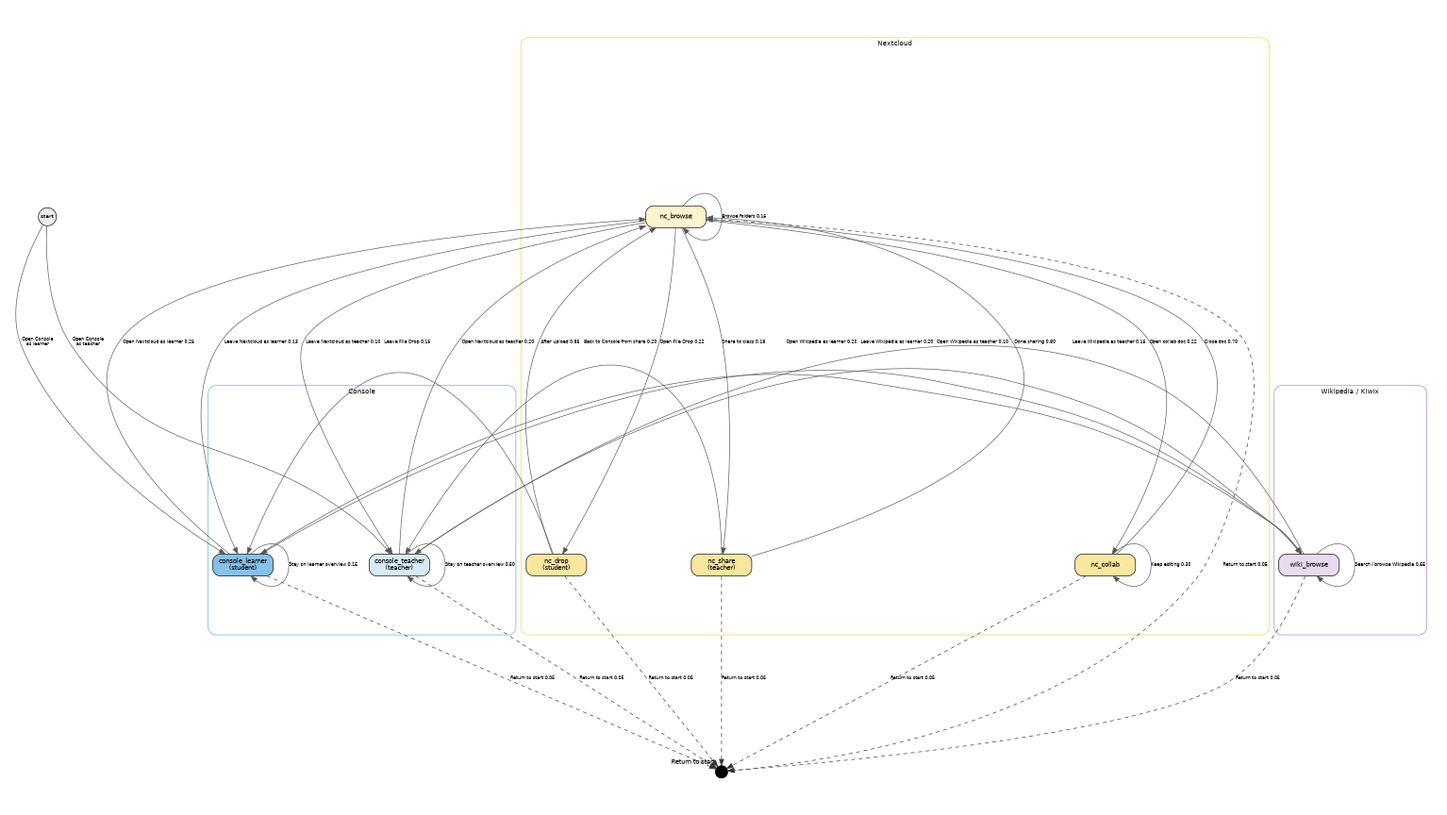
koenswings/agent-engine-dev keeps this Graphviz diagram as proposals/duration-tests-usage-files.png. Above is the earlier version. Its source is kept beside it as proposals/duration-tests-usage-files.dot.
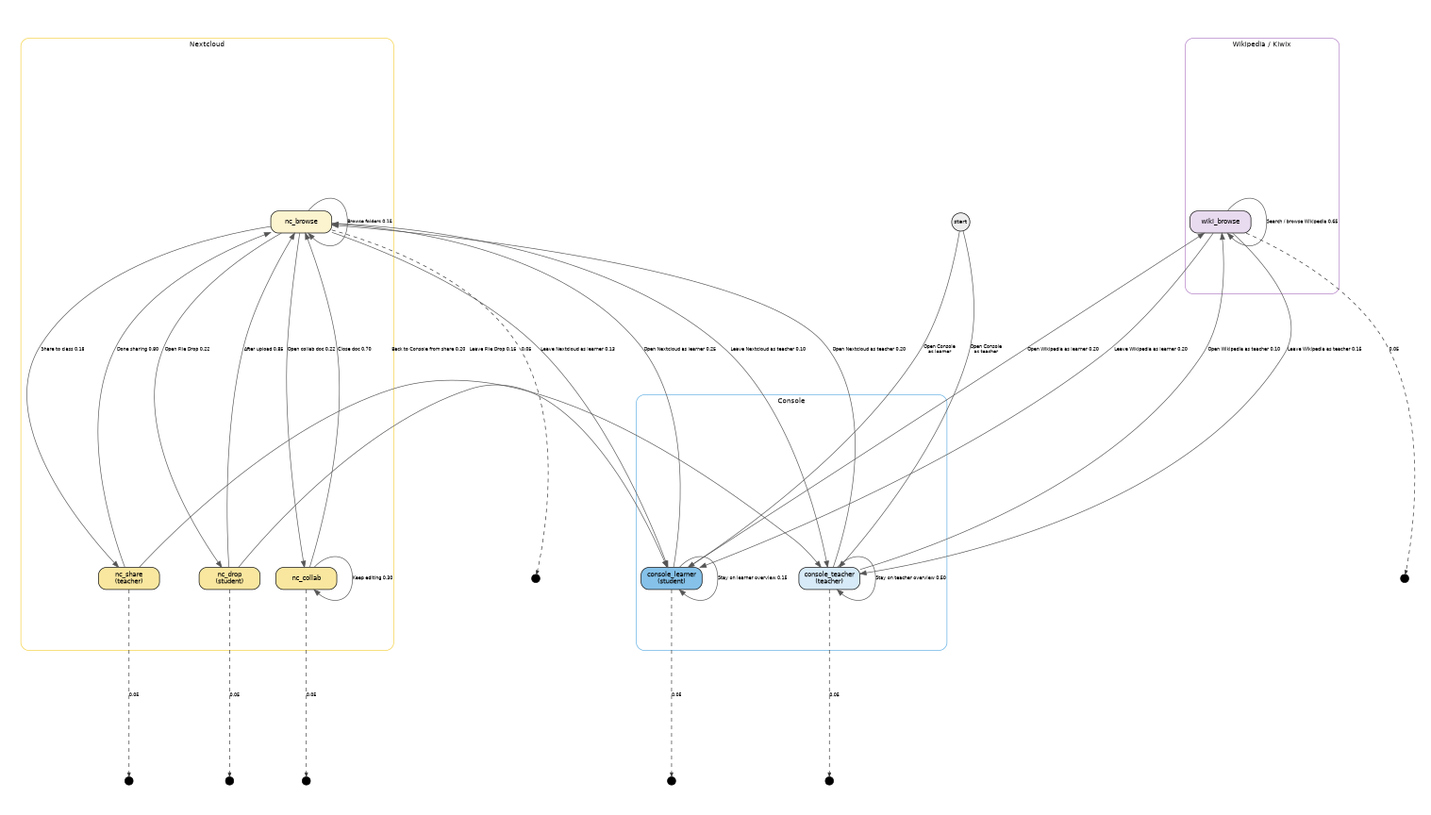
After the commit.

What changed in the source:
```diff
@@ -13,9 +13,7 @@
   edge [fontname="Helvetica", fontsize=7, color="#555555"];
 
   start [label="start", shape=circle, width=0.40, height=0.40, fixedsize=true, fillcolor="#eeeeee", style=filled, fontsize=9];
-  start_return [label="", shape=circle, width=0.28, height=0.28, fixedsize=true, fillcolor="black", style=filled, color="black", xlabel="Return to start"];
-
-  subgraph cluster_console {
+subgraph cluster_console {
     label="Console";
     fontsize=11;
     style=rounded;
@@ -74,11 +72,18 @@
   wiki_browse -> console_learner  [label="Leave Wikipedia as learner 0.20"];
   wiki_browse -> console_teacher  [label="Leave Wikipedia as teacher 0.15"];
 
-  console_teacher -> start_return [label="Return to start 0.05", style=dashed, color="#333333"];
-  console_learner -> start_return [label="Return to start 0.05", style=dashed, color="#333333"];
-  nc_browse -> start_return [label="Return to start 0.05", style=dashed, color="#333333"];
-  nc_share -> start_return [label="Return to start 0.05", style=dashed, color="#333333"];
-  nc_drop -> start_return [label="Return to start 0.05", style=dashed, color="#333333"];
-  nc_collab -> start_return [label="Return to start 0.05", style=dashed, color="#333333"];
-  wiki_browse -> start_return [label="Return to start 0.05", style=dashed, color="#333333"];
+  console_learner_ret [label="", shape=circle, width=0.18, height=0.18, fixedsize=true, fillcolor="black", style=filled, color="black"];
+  console_learner -> console_learner_ret [label="0.05", style=dashed, color="#333333", arrowsize=0.6, minlen=1];
+  console_teacher_ret [label="", shape=circle, width=0.18, height=0.18, fixedsize=true, fillcolor="black", style=filled, color="black"];
+  console_teacher -> console_teacher_ret [label="0.05", style=dashed, color="#333333", arrowsize=0.6, minlen=1];
+  nc_browse_ret [label="", shape=circle, width=0.18, height=0.18, fixedsize=true, fillcolor="black", style=filled, color="black"];
+  nc_browse -> nc_browse_ret [label="0.05", style=dashed, color="#333333", arrowsize=0.6, minlen=1];
+  nc_collab_ret [label="", shape=circle, width=0.18, height=0.18, fixedsize=true, fillcolor="black", style=filled, color="black"];
+  nc_collab -> nc_collab_ret [label="0.05", style=dashed, color="#333333", arrowsize=0.6, minlen=1];
+  nc_drop_ret [label="", shape=circle, width=0.18, height=0.18, fixedsize=true, fillcolor="black", style=filled, color="black"];
+  nc_drop -> nc_drop_ret [label="0.05", style=dashed, color="#333333", arrowsize=0.6, minlen=1];
+  nc_share_ret [label="", shape=circle, width=0.18, height=0.18, fixedsize=true, fillcolor="black", style=filled, color="black"];
+  nc_share -> nc_share_ret [label="0.05", style=dashed, color="#333333", arrowsize=0.6, minlen=1];
+  wiki_browse_ret [label="", shape=circle, width=0.18, height=0.18, fixedsize=true, fillcolor="black", style=filled, color="black"];
+  wiki_browse -> wiki_browse_ret [label="0.05", style=dashed, color="#333333", arrowsize=0.6, minlen=1];
 }
```
